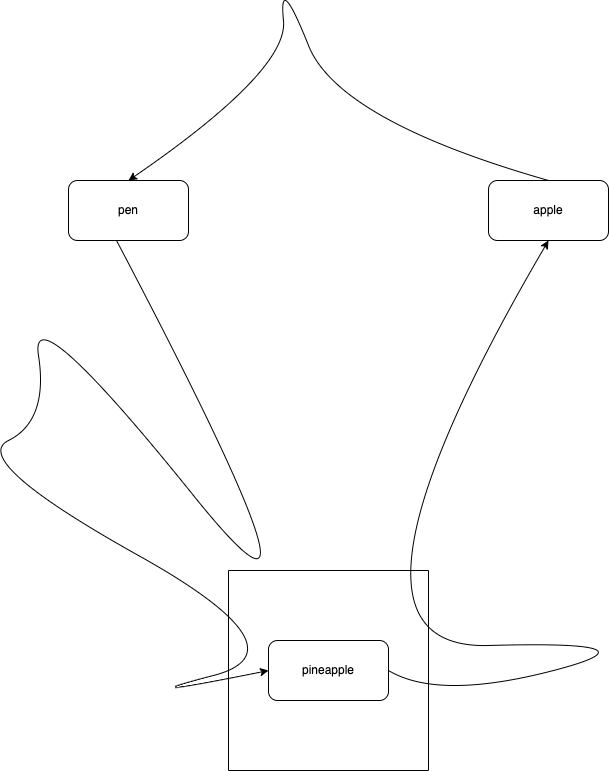
Earlier version of the draw.io export ppap.drawio.png (yoshihito-tatano/drowio-test). Source tidied: cells renumbered, new cells last; positions are measured from the earlier drawing's top-left corner, leaving out a move shared by most shapes.
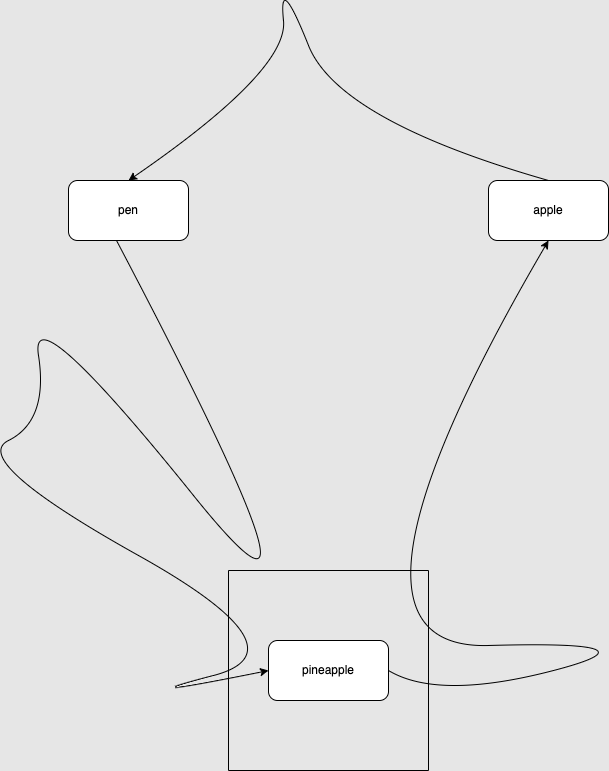
Later version of the same file.

What changed in the source:
```diff
@@ -1,4 +1,4 @@
-<mxGraphModel background="#ffffff">
+<mxGraphModel background="#E6E6E6">
   <root>
     <mxCell id="0" />
     <mxCell id="1" parent="0" />
```
